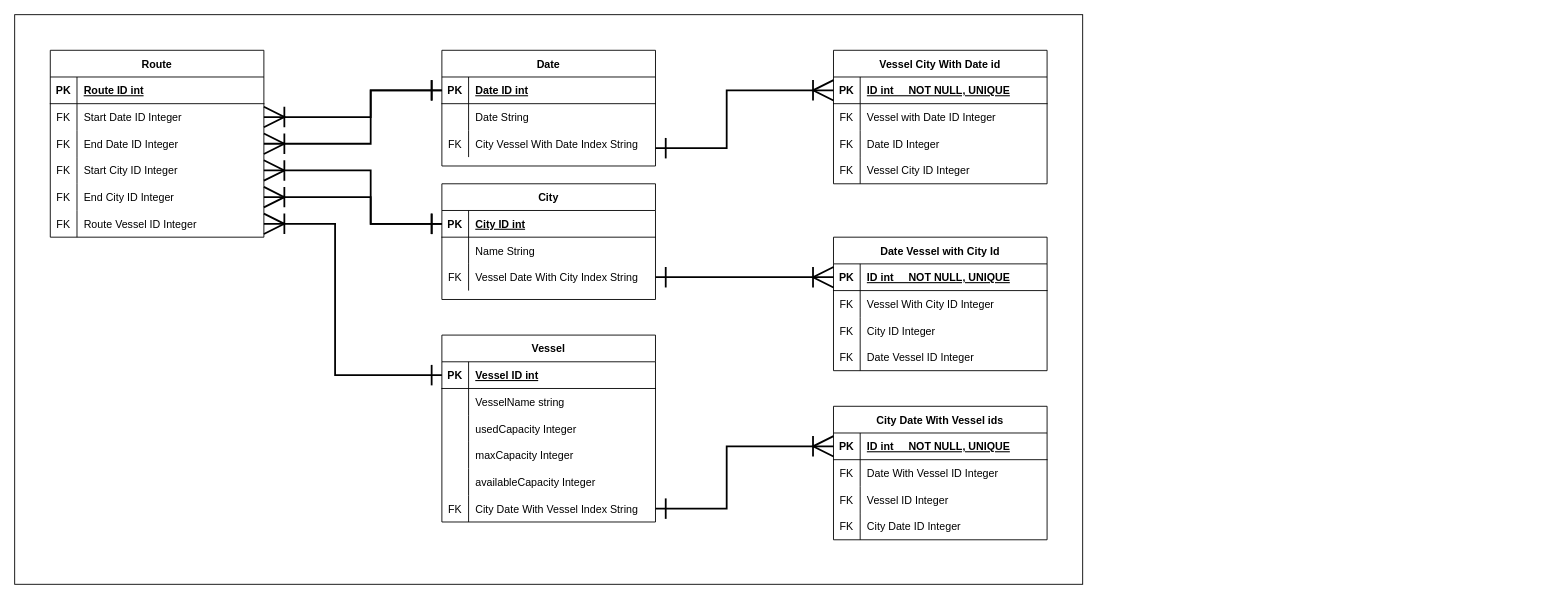
The draw.io diagram drawIo/erDiagramTables.drawio in jmsaRuc/sofdevporjekt, before the edit. Source tidied: cells renumbered, new cells numbered last; positions are measured from the earlier drawing's top-left corner, leaving out a move shared by most shapes. Both pictures are drawn from the tidied source at 89%, with x=0, y=0 at pixel (14, 14).
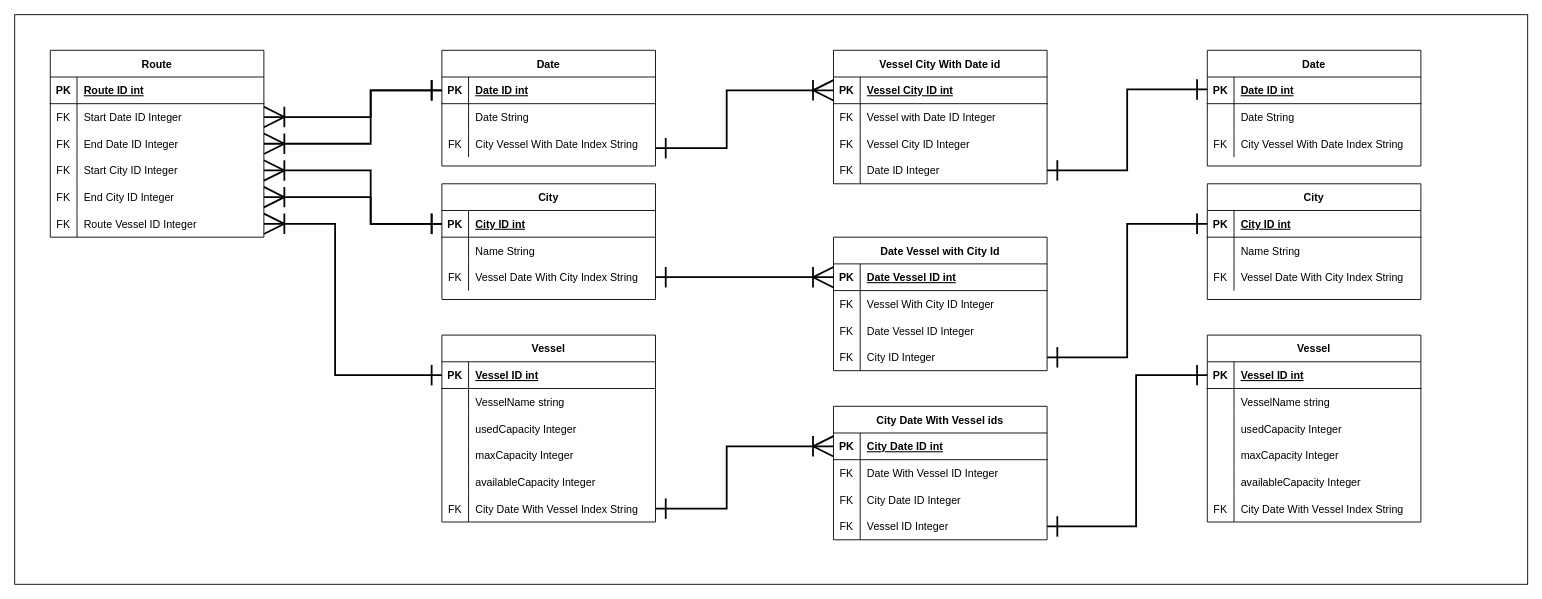
Above is the later version.

The change refers to these unchanged cells:
```xml
<mxCell id="43" style="shape=partialRectangle;fillColor=none;points=[[0,0.5],[1,0.5]];portConstraint=eastwest;top=0;left=0;right=0;bottom=1;" parent="42" vertex="1">
  <mxGeometry y="30" width="240" height="30" as="geometry" />
</mxCell>
<mxCell id="49" style="shape=partialRectangle;fillColor=none;top=0;left=0;right=0;bottom=0;" parent="42" vertex="1">
  <mxGeometry y="90" width="240" height="30" as="geometry" />
</mxCell>
<mxCell id="52" style="shape=partialRectangle;fillColor=none;points=[[0,0.5],[1,0.5]];portConstraint=eastwest;top=0;left=0;right=0;bottom=0;" parent="42" vertex="1">
  <mxGeometry y="120" width="240" height="30" as="geometry" />
</mxCell>
<mxCell id="56" style="shape=partialRectangle;fillColor=none;points=[[0,0.5],[1,0.5]];portConstraint=eastwest;top=0;left=0;right=0;bottom=1;" parent="55" vertex="1">
  <mxGeometry y="30" width="240" height="30" as="geometry" />
</mxCell>
<mxCell id="62" style="shape=partialRectangle;fillColor=none;top=0;left=0;right=0;bottom=0;" parent="55" vertex="1">
  <mxGeometry y="90" width="240" height="30" as="geometry" />
</mxCell>
<mxCell id="65" style="shape=partialRectangle;fillColor=none;points=[[0,0.5],[1,0.5]];portConstraint=eastwest;top=0;left=0;right=0;bottom=0;" parent="55" vertex="1">
  <mxGeometry y="120" width="240" height="30" as="geometry" />
</mxCell>
<mxCell id="69" style="shape=partialRectangle;fillColor=none;points=[[0,0.5],[1,0.5]];portConstraint=eastwest;top=0;left=0;right=0;bottom=1;" parent="68" vertex="1">
  <mxGeometry y="30" width="240" height="30" as="geometry" />
</mxCell>
<mxCell id="75" style="shape=partialRectangle;fillColor=none;top=0;left=0;right=0;bottom=0;" parent="68" vertex="1">
  <mxGeometry y="90" width="240" height="30" as="geometry" />
</mxCell>
<mxCell id="78" style="shape=partialRectangle;fillColor=none;points=[[0,0.5],[1,0.5]];portConstraint=eastwest;top=0;left=0;right=0;bottom=0;" parent="68" vertex="1">
  <mxGeometry y="120" width="240" height="30" as="geometry" />
</mxCell>
```

What changed in the source:
```diff
@@
     <mxCell id="2" style="rounded=0;whiteSpace=wrap;html=1;" parent="1" vertex="1">
-      <mxGeometry width="1200" height="640" as="geometry" />
+      <mxGeometry width="1700" height="640" as="geometry" />
     </mxCell>
@@
-    <mxCell id="45" value="ID int     NOT NULL, UNIQUE" style="shape=partialRectangle;overflow=hidden;fillColor=none;top=0;left=0;bottom=0;right=0;align=left;spacingLeft=6;fontStyle=5;" parent="43" vertex="1">
+    <mxCell id="45" value="City Date ID int" style="shape=partialRectangle;overflow=hidden;fillColor=none;top=0;left=0;bottom=0;right=0;align=left;spacingLeft=6;fontStyle=5;" parent="43" vertex="1">
       <mxGeometry x="30" width="210" height="30" as="geometry" />
     </mxCell>
@@
-    <mxCell id="51" value="Vessel ID Integer" style="shape=partialRectangle;overflow=hidden;fillColor=none;top=0;left=0;bottom=0;right=0;align=left;spacingLeft=6;" parent="49" vertex="1">
+    <mxCell id="51" value="City Date ID Integer" style="shape=partialRectangle;overflow=hidden;fillColor=none;top=0;left=0;bottom=0;right=0;align=left;spacingLeft=6;" parent="49" vertex="1">
       <mxGeometry x="30" width="210" height="30" as="geometry" />
     </mxCell>
@@
-    <mxCell id="54" value="City Date ID Integer" style="shape=partialRectangle;overflow=hidden;fillColor=none;top=0;left=0;bottom=0;right=0;align=left;spacingLeft=6;" parent="52" vertex="1">
+    <mxCell id="54" value="Vessel ID Integer" style="shape=partialRectangle;overflow=hidden;fillColor=none;top=0;left=0;bottom=0;right=0;align=left;spacingLeft=6;" parent="52" vertex="1">
       <mxGeometry x="30" width="210" height="30" as="geometry" />
     </mxCell>
@@
-    <mxCell id="58" value="ID int     NOT NULL, UNIQUE" style="shape=partialRectangle;overflow=hidden;fillColor=none;top=0;left=0;bottom=0;right=0;align=left;spacingLeft=6;fontStyle=5;" parent="56" vertex="1">
+    <mxCell id="58" value="Vessel City ID int" style="shape=partialRectangle;overflow=hidden;fillColor=none;top=0;left=0;bottom=0;right=0;align=left;spacingLeft=6;fontStyle=5;" parent="56" vertex="1">
       <mxGeometry x="30" width="210" height="30" as="geometry" />
     </mxCell>
@@
-    <mxCell id="64" value="Date ID Integer" style="shape=partialRectangle;overflow=hidden;fillColor=none;top=0;left=0;bottom=0;right=0;align=left;spacingLeft=6;" parent="62" vertex="1">
+    <mxCell id="64" value="Vessel City ID Integer " style="shape=partialRectangle;overflow=hidden;fillColor=none;top=0;left=0;bottom=0;right=0;align=left;spacingLeft=6;" parent="62" vertex="1">
       <mxGeometry x="30" width="210" height="30" as="geometry" />
     </mxCell>
@@
-    <mxCell id="67" value="Vessel City ID Integer" style="shape=partialRectangle;overflow=hidden;fillColor=none;top=0;left=0;bottom=0;right=0;align=left;spacingLeft=6;" parent="65" vertex="1">
+    <mxCell id="67" value="Date ID Integer" style="shape=partialRectangle;overflow=hidden;fillColor=none;top=0;left=0;bottom=0;right=0;align=left;spacingLeft=6;" parent="65" vertex="1">
       <mxGeometry x="30" width="210" height="30" as="geometry" />
     </mxCell>
@@
-    <mxCell id="71" value="ID int     NOT NULL, UNIQUE" style="shape=partialRectangle;overflow=hidden;fillColor=none;top=0;left=0;bottom=0;right=0;align=left;spacingLeft=6;fontStyle=5;" parent="69" vertex="1">
+    <mxCell id="71" value="Date Vessel ID int" style="shape=partialRectangle;overflow=hidden;fillColor=none;top=0;left=0;bottom=0;right=0;align=left;spacingLeft=6;fontStyle=5;" parent="69" vertex="1">
       <mxGeometry x="30" width="210" height="30" as="geometry" />
     </mxCell>
@@
-    <mxCell id="77" value="City ID Integer" style="shape=partialRectangle;overflow=hidden;fillColor=none;top=0;left=0;bottom=0;right=0;align=left;spacingLeft=6;" parent="75" vertex="1">
+    <mxCell id="77" value="Date Vessel ID Integer " style="shape=partialRectangle;overflow=hidden;fillColor=none;top=0;left=0;bottom=0;right=0;align=left;spacingLeft=6;" parent="75" vertex="1">
       <mxGeometry x="30" width="210" height="30" as="geometry" />
     </mxCell>
@@
-    <mxCell id="80" value="Date Vessel ID Integer" style="shape=partialRectangle;overflow=hidden;fillColor=none;top=0;left=0;bottom=0;right=0;align=left;spacingLeft=6;" parent="78" vertex="1">
+    <mxCell id="80" value="City ID Integer" style="shape=partialRectangle;overflow=hidden;fillColor=none;top=0;left=0;bottom=0;right=0;align=left;spacingLeft=6;" parent="78" vertex="1">
       <mxGeometry x="30" width="210" height="30" as="geometry" />
     </mxCell>
@@
+    <mxCell id="108" value="Date" style="shape=table;startSize=30;childLayout=tableLayout;rowLines=0;fontStyle=1;align=center;" parent="1" vertex="1">
+      <mxGeometry x="1340" y="40" width="240" height="130" as="geometry" />
+    </mxCell>
+    <mxCell id="109" style="shape=partialRectangle;fillColor=none;top=0;left=0;right=0;bottom=1;" parent="108" vertex="1">
+      <mxGeometry y="30" width="240" height="30" as="geometry" />
+    </mxCell>
+    <mxCell id="110" value="PK" style="shape=partialRectangle;overflow=hidden;fillColor=none;top=0;left=0;bottom=0;right=0;fontStyle=1;" parent="109" vertex="1">
+      <mxGeometry width="30" height="30" as="geometry" />
+    </mxCell>
+    <mxCell id="111" value="Date ID int" style="shape=partialRectangle;overflow=hidden;fillColor=none;top=0;left=0;bottom=0;right=0;align=left;spacingLeft=6;fontStyle=5;" parent="109" vertex="1">
+      <mxGeometry x="30" width="210" height="30" as="geometry" />
+    </mxCell>
+    <mxCell id="112" style="shape=partialRectangle;fillColor=none;top=0;left=0;right=0;bottom=0;" parent="108" vertex="1">
+      <mxGeometry y="60" width="240" height="30" as="geometry" />
+    </mxCell>
+    <mxCell id="113" style="shape=partialRectangle;overflow=hidden;fillColor=none;top=0;left=0;bottom=0;right=0;" parent="112" vertex="1">
+      <mxGeometry width="30" height="30" as="geometry" />
+    </mxCell>
+    <mxCell id="114" value="Date String" style="shape=partialRectangle;overflow=hidden;fillColor=none;top=0;left=0;bottom=0;right=0;align=left;spacingLeft=6;" parent="112" vertex="1">
+      <mxGeometry x="30" width="210" height="30" as="geometry" />
+    </mxCell>
+    <mxCell id="115" style="shape=partialRectangle;fillColor=none;top=0;left=0;right=0;bottom=0;" parent="108" vertex="1">
+      <mxGeometry y="90" width="240" height="30" as="geometry" />
+    </mxCell>
+    <mxCell id="116" value="FK" style="shape=partialRectangle;overflow=hidden;fillColor=none;top=0;left=0;bottom=0;right=0;" parent="115" vertex="1">
+      <mxGeometry width="30" height="30" as="geometry" />
+    </mxCell>
+    <mxCell id="117" value="City Vessel With Date Index String" style="shape=partialRectangle;overflow=hidden;fillColor=none;top=0;left=0;bottom=0;right=0;align=left;spacingLeft=6;" parent="115" vertex="1">
+      <mxGeometry x="30" width="210" height="30" as="geometry" />
+    </mxCell>
+    <mxCell id="118" value="City" style="shape=table;startSize=30;childLayout=tableLayout;rowLines=0;fontStyle=1;align=center;" parent="1" vertex="1">
+      <mxGeometry x="1340" y="190" width="240" height="130" as="geometry" />
+    </mxCell>
+    <mxCell id="119" style="shape=partialRectangle;fillColor=none;points=[[0,0.5],[1,0.5]];portConstraint=eastwest;top=0;left=0;right=0;bottom=1;" parent="118" vertex="1">
+      <mxGeometry y="30" width="240" height="30" as="geometry" />
+    </mxCell>
+    <mxCell id="120" value="PK" style="shape=partialRectangle;overflow=hidden;fillColor=none;top=0;left=0;bottom=0;right=0;fontStyle=1;" parent="119" vertex="1">
+      <mxGeometry width="30" height="30" as="geometry" />
+    </mxCell>
+    <mxCell id="121" value="City ID int" style="shape=partialRectangle;overflow=hidden;fillColor=none;top=0;left=0;bottom=0;right=0;align=left;spacingLeft=6;fontStyle=5;" parent="119" vertex="1">
+      <mxGeometry x="30" width="210" height="30" as="geometry" />
+    </mxCell>
+    <mxCell id="122" style="shape=partialRectangle;fillColor=none;top=0;left=0;right=0;bottom=0;" parent="118" vertex="1">
+      <mxGeometry y="60" width="240" height="30" as="geometry" />
+    </mxCell>
+    <mxCell id="123" style="shape=partialRectangle;overflow=hidden;fillColor=none;top=0;left=0;bottom=0;right=0;" parent="122" vertex="1">
+      <mxGeometry width="30" height="30" as="geometry" />
+    </mxCell>
+    <mxCell id="124" value="Name String " style="shape=partialRectangle;overflow=hidden;fillColor=none;top=0;left=0;bottom=0;right=0;align=left;spacingLeft=6;" parent="122" vertex="1">
+      <mxGeometry x="30" width="210" height="30" as="geometry" />
+    </mxCell>
+    <mxCell id="125" style="shape=partialRectangle;fillColor=none;top=0;left=0;right=0;bottom=0;" parent="118" vertex="1">
+      <mxGeometry y="90" width="240" height="30" as="geometry" />
+    </mxCell>
+    <mxCell id="126" value="FK" style="shape=partialRectangle;overflow=hidden;fillColor=none;top=0;left=0;bottom=0;right=0;" parent="125" vertex="1">
+      <mxGeometry width="30" height="30" as="geometry" />
+    </mxCell>
+    <mxCell id="127" value="Vessel Date With City Index String" style="shape=partialRectangle;overflow=hidden;fillColor=none;top=0;left=0;bottom=0;right=0;align=left;spacingLeft=6;" parent="125" vertex="1">
+      <mxGeometry x="30" width="210" height="30" as="geometry" />
+    </mxCell>
+    <mxCell id="128" value="Vessel" style="shape=table;startSize=30;childLayout=tableLayout;rowLines=0;fontStyle=1;align=center;" parent="1" vertex="1">
+      <mxGeometry x="1340" y="360" width="240" height="210" as="geometry" />
+    </mxCell>
+    <mxCell id="129" style="shape=partialRectangle;fillColor=none;points=[[0,0.5],[1,0.5]];portConstraint=eastwest;top=0;left=0;right=0;bottom=1;" parent="128" vertex="1">
+      <mxGeometry y="30" width="240" height="30" as="geometry" />
+    </mxCell>
+    <mxCell id="130" value="PK" style="shape=partialRectangle;overflow=hidden;fillColor=none;top=0;left=0;bottom=0;right=0;fontStyle=1;" parent="129" vertex="1">
+      <mxGeometry width="30" height="30" as="geometry" />
+    </mxCell>
+    <mxCell id="131" value="Vessel ID int" style="shape=partialRectangle;overflow=hidden;fillColor=none;top=0;left=0;bottom=0;right=0;align=left;spacingLeft=6;fontStyle=5;" parent="129" vertex="1">
+      <mxGeometry x="30" width="210" height="30" as="geometry" />
+    </mxCell>
+    <mxCell id="132" style="shape=partialRectangle;fillColor=none;top=0;left=0;right=0;bottom=0;" parent="128" vertex="1">
+      <mxGeometry y="60" width="240" height="30" as="geometry" />
+    </mxCell>
+    <mxCell id="133" style="shape=partialRectangle;overflow=hidden;fillColor=none;top=0;left=0;bottom=0;right=0;" parent="132" vertex="1">
+      <mxGeometry width="30" height="30" as="geometry" />
+    </mxCell>
+    <mxCell id="134" value="VesselName string" style="shape=partialRectangle;overflow=hidden;fillColor=none;top=0;left=0;bottom=0;right=0;align=left;spacingLeft=6;" parent="132" vertex="1">
+      <mxGeometry x="30" width="210" height="30" as="geometry" />
+    </mxCell>
+    <mxCell id="135" style="shape=partialRectangle;fillColor=none;top=0;left=0;right=0;bottom=0;" parent="128" vertex="1">
+      <mxGeometry y="90" width="240" height="30" as="geometry" />
+    </mxCell>
+    <mxCell id="136" style="shape=partialRectangle;overflow=hidden;fillColor=none;top=0;left=0;bottom=0;right=0;" parent="135" vertex="1">
+      <mxGeometry width="30" height="30" as="geometry" />
+    </mxCell>
+    <mxCell id="137" value="usedCapacity Integer " style="shape=partialRectangle;overflow=hidden;fillColor=none;top=0;left=0;bottom=0;right=0;align=left;spacingLeft=6;" parent="135" vertex="1">
+      <mxGeometry x="30" width="210" height="30" as="geometry" />
+    </mxCell>
+    <mxCell id="138" style="shape=partialRectangle;fillColor=none;top=0;left=0;right=0;bottom=0;" parent="128" vertex="1">
+      <mxGeometry y="120" width="240" height="30" as="geometry" />
+    </mxCell>
+    <mxCell id="139" style="shape=partialRectangle;overflow=hidden;fillColor=none;top=0;left=0;bottom=0;right=0;" parent="138" vertex="1">
+      <mxGeometry width="30" height="30" as="geometry" />
+    </mxCell>
+    <mxCell id="140" value="maxCapacity Integer " style="shape=partialRectangle;overflow=hidden;fillColor=none;top=0;left=0;bottom=0;right=0;align=left;spacingLeft=6;" parent="138" vertex="1">
+      <mxGeometry x="30" width="210" height="30" as="geometry" />
+    </mxCell>
+    <mxCell id="141" style="shape=partialRectangle;fillColor=none;top=0;left=0;right=0;bottom=0;" parent="128" vertex="1">
+      <mxGeometry y="150" width="240" height="30" as="geometry" />
+    </mxCell>
+    <mxCell id="142" style="shape=partialRectangle;overflow=hidden;fillColor=none;top=0;left=0;bottom=0;right=0;" parent="141" vertex="1">
+      <mxGeometry width="30" height="30" as="geometry" />
+    </mxCell>
+    <mxCell id="143" value="availableCapacity Integer" style="shape=partialRectangle;overflow=hidden;fillColor=none;top=0;left=0;bottom=0;right=0;align=left;spacingLeft=6;" parent="141" vertex="1">
+      <mxGeometry x="30" width="210" height="30" as="geometry" />
+    </mxCell>
+    <mxCell id="144" style="shape=partialRectangle;fillColor=none;top=0;left=0;right=0;bottom=0;" parent="128" vertex="1">
+      <mxGeometry y="180" width="240" height="30" as="geometry" />
+    </mxCell>
+    <mxCell id="145" value="FK" style="shape=partialRectangle;overflow=hidden;fillColor=none;top=0;left=0;bottom=0;right=0;" parent="144" vertex="1">
+      <mxGeometry width="30" height="30" as="geometry" />
+    </mxCell>
+    <mxCell id="146" value="City Date With Vessel Index String" style="shape=partialRectangle;overflow=hidden;fillColor=none;top=0;left=0;bottom=0;right=0;align=left;spacingLeft=6;" parent="144" vertex="1">
+      <mxGeometry x="30" width="210" height="30" as="geometry" />
+    </mxCell>
+    <mxCell id="147" style="edgeStyle=orthogonalEdgeStyle;rounded=0;jettySize=auto;html=1;entryX=0;entryY=0.5;entryDx=0;entryDy=0;startArrow=ERone;startFill=0;targetPerimeterSpacing=0;strokeWidth=2;endArrow=ERone;endFill=0;endSize=20;startSize=20;exitX=1;exitY=0.5;exitDx=0;exitDy=0;" parent="1" edge="1" source="65">
+      <mxGeometry relative="1" as="geometry">
+        <mxPoint x="1340" y="84" as="targetPoint" />
+        <Array as="points">
+          <mxPoint x="1250" y="175" />
+          <mxPoint x="1250" y="84" />
+        </Array>
+      </mxGeometry>
+    </mxCell>
+    <mxCell id="148" style="edgeStyle=orthogonalEdgeStyle;rounded=0;jettySize=auto;html=1;entryX=0;entryY=0.5;entryDx=0;entryDy=0;startArrow=ERone;startFill=0;targetPerimeterSpacing=0;strokeWidth=2;endArrow=ERone;endFill=0;endSize=20;startSize=20;exitX=1;exitY=0.5;exitDx=0;exitDy=0;" parent="1" edge="1" source="78" target="119">
+      <mxGeometry relative="1" as="geometry">
+        <Array as="points">
+          <mxPoint x="1250" y="385" />
+          <mxPoint x="1250" y="235" />
+        </Array>
+      </mxGeometry>
+    </mxCell>
+    <mxCell id="149" style="edgeStyle=orthogonalEdgeStyle;rounded=0;jettySize=auto;html=1;entryX=0;entryY=0.5;entryDx=0;entryDy=0;startArrow=ERone;startFill=0;targetPerimeterSpacing=0;strokeWidth=2;endArrow=ERone;endFill=0;endSize=20;startSize=20;exitX=1;exitY=0.5;exitDx=0;exitDy=0;" parent="1" edge="1" source="52" target="129">
+      <mxGeometry relative="1" as="geometry">
+        <Array as="points">
+          <mxPoint x="1260" y="575" />
+          <mxPoint x="1260" y="405" />
+        </Array>
+      </mxGeometry>
+    </mxCell>
```
